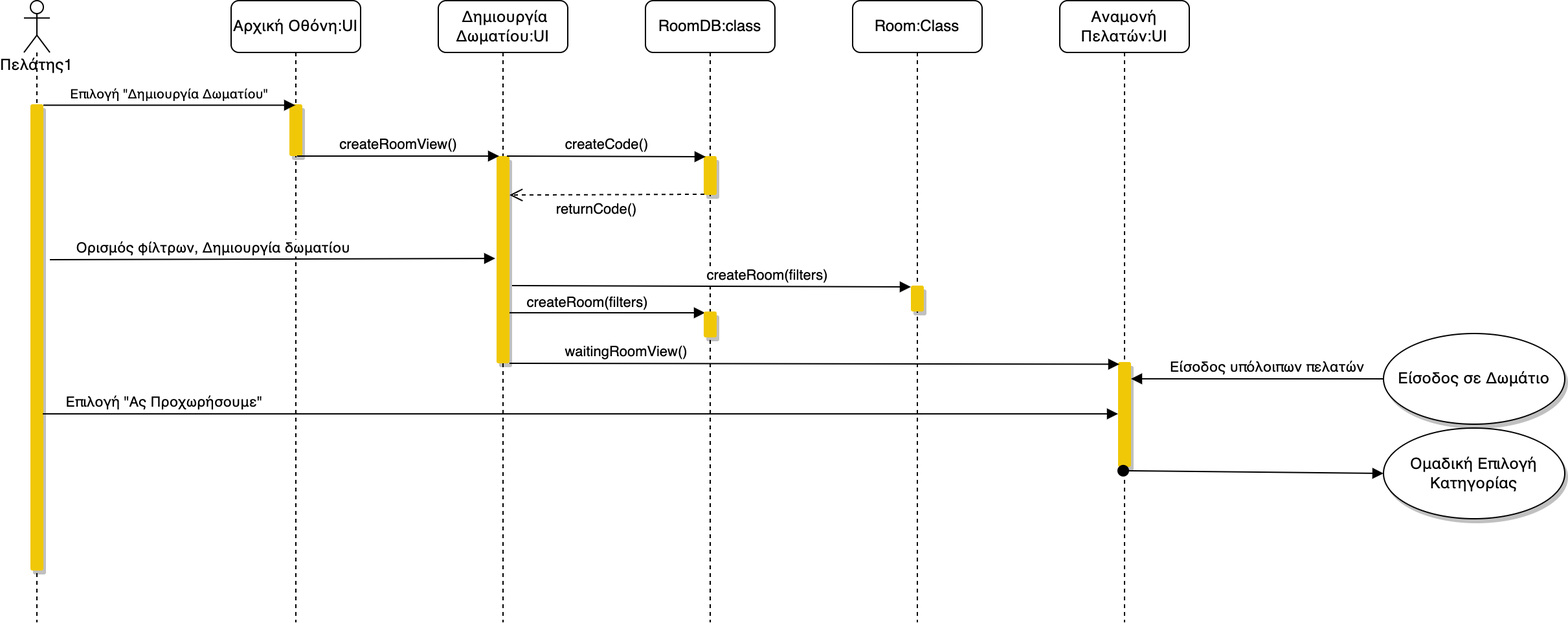
This is docs/final/nomnomr/Media/Sequence Diagrams/6.Δημιουργία Δωματίου.drawio.png from iloudaros/nomnomr, a draw.io export, as it was before one commit. Source tidied: cells renumbered, new cells last; positions are measured from the earlier drawing's top-left corner, leaving out a move shared by most shapes. The source it was exported from:
```xml
<mxGraphModel>
  <root>
    <mxCell id="0" />
    <mxCell id="1" parent="0" />
    <mxCell id="2" value="createRoom(filters)" style="html=1;verticalAlign=bottom;endArrow=block;rounded=0;entryX=0.1;entryY=0.05;entryDx=0;entryDy=0;entryPerimeter=0;exitX=1;exitY=0.756;exitDx=0;exitDy=0;exitPerimeter=0;" parent="1" edge="1" source="8" target="12">
      <mxGeometry x="-0.2" y="-1" relative="1" as="geometry" />
    </mxCell>
    <mxCell id="3" value="Πελάτης1" style="shape=umlLifeline;participant=umlActor;perimeter=lifelinePerimeter;whiteSpace=wrap;html=1;verticalAlign=top;spacingTop=36;" parent="1" vertex="1">
      <mxGeometry width="20" height="480" as="geometry" />
    </mxCell>
    <mxCell id="4" style="html=1;points=[];perimeter=orthogonalPerimeter;strokeColor=none;fillColor=#F0C808;shadow=1;rounded=1;sketch=0;" parent="3" vertex="1">
      <mxGeometry x="5" y="80" width="10" height="360" as="geometry" />
    </mxCell>
    <mxCell id="5" value="Αρχική Οθόνη:UI" style="shape=umlLifeline;perimeter=lifelinePerimeter;whiteSpace=wrap;html=1;outlineConnect=0;rounded=1;shadow=0;fillColor=#FFFFFF;" parent="1" vertex="1">
      <mxGeometry x="160" width="100" height="480" as="geometry" />
    </mxCell>
    <mxCell id="6" style="html=1;points=[];perimeter=orthogonalPerimeter;strokeColor=none;fillColor=#F0C808;shadow=1;rounded=1;" parent="5" vertex="1">
      <mxGeometry x="45" y="80" width="10" height="40" as="geometry" />
    </mxCell>
    <mxCell id="7" value="&amp;nbsp;Δημιουργία Δωματίου:UI" style="shape=umlLifeline;perimeter=lifelinePerimeter;whiteSpace=wrap;html=1;rounded=1;shadow=0;fillColor=#FFFFFF;" parent="1" vertex="1">
      <mxGeometry x="320" width="100" height="480" as="geometry" />
    </mxCell>
    <mxCell id="8" style="html=1;points=[];perimeter=orthogonalPerimeter;strokeColor=none;fillColor=#F0C808;shadow=1;rounded=1;" parent="7" vertex="1">
      <mxGeometry x="45" y="120" width="10" height="160" as="geometry" />
    </mxCell>
    <mxCell id="9" value="Room:Class" style="shape=umlLifeline;perimeter=lifelinePerimeter;whiteSpace=wrap;html=1;rounded=1;shadow=0;fillColor=#FFFFFF;" parent="1" vertex="1">
      <mxGeometry x="640" width="100" height="480" as="geometry" />
    </mxCell>
    <mxCell id="10" style="html=1;points=[];perimeter=orthogonalPerimeter;strokeColor=none;fillColor=#F0C808;shadow=1;rounded=1;" parent="9" vertex="1">
      <mxGeometry x="45" y="220" width="10" height="20" as="geometry" />
    </mxCell>
    <mxCell id="11" value="RoomDB:class" style="shape=umlLifeline;perimeter=lifelinePerimeter;whiteSpace=wrap;html=1;rounded=1;shadow=0;fillColor=#FFFFFF;" parent="1" vertex="1">
      <mxGeometry x="480" width="100" height="480" as="geometry" />
    </mxCell>
    <mxCell id="12" style="html=1;points=[];perimeter=orthogonalPerimeter;strokeColor=none;fillColor=#F0C808;shadow=1;rounded=1;" parent="11" vertex="1">
      <mxGeometry x="45" y="240" width="10" height="20" as="geometry" />
    </mxCell>
    <mxCell id="13" style="html=1;points=[];perimeter=orthogonalPerimeter;strokeColor=none;fillColor=#F0C808;shadow=1;rounded=1;" parent="11" vertex="1">
      <mxGeometry x="45" y="120" width="10" height="30" as="geometry" />
    </mxCell>
    <mxCell id="14" value="&lt;font style=&quot;font-size: 10px;&quot;&gt;Επιλογή &quot;Δημιουργία Δωματίου&quot;&lt;/font&gt;" style="html=1;verticalAlign=bottom;endArrow=block;rounded=0;exitX=1;exitY=0.002;exitDx=0;exitDy=0;exitPerimeter=0;" parent="1" edge="1" source="4" target="5">
      <mxGeometry relative="1" as="geometry" />
    </mxCell>
    <mxCell id="15" value="createRoomView()" style="html=1;verticalAlign=bottom;endArrow=block;rounded=0;entryX=0.2;entryY=0;entryDx=0;entryDy=0;entryPerimeter=0;exitX=0.6;exitY=1;exitDx=0;exitDy=0;exitPerimeter=0;" parent="1" edge="1" source="6" target="8">
      <mxGeometry relative="1" as="geometry" />
    </mxCell>
    <mxCell id="16" value="Ορισμός φίλτρων, Δημιουργία δωματίου" style="html=1;verticalAlign=bottom;endArrow=block;rounded=0;entryX=-0.1;entryY=0.494;entryDx=0;entryDy=0;entryPerimeter=0;" parent="1" edge="1" target="8">
      <mxGeometry x="-0.27" relative="1" as="geometry">
        <mxPoint x="20" y="200" as="sourcePoint" />
      </mxGeometry>
    </mxCell>
    <mxCell id="17" value="Αναμονή Πελατών:UI" style="shape=umlLifeline;perimeter=lifelinePerimeter;whiteSpace=wrap;html=1;rounded=1;shadow=0;fillColor=#FFFFFF;" parent="1" vertex="1">
      <mxGeometry x="800" width="100" height="480" as="geometry" />
    </mxCell>
    <mxCell id="18" style="html=1;points=[];perimeter=orthogonalPerimeter;strokeColor=none;fillColor=#F0C808;shadow=1;rounded=1;" parent="17" vertex="1">
      <mxGeometry x="45" y="279" width="10" height="81" as="geometry" />
    </mxCell>
    <mxCell id="19" value="createRoom(filters)" style="html=1;verticalAlign=bottom;endArrow=block;rounded=0;exitX=1.2;exitY=0.625;exitDx=0;exitDy=0;exitPerimeter=0;entryX=0;entryY=0.05;entryDx=0;entryDy=0;entryPerimeter=0;" parent="1" edge="1" source="8" target="10">
      <mxGeometry x="0.28" relative="1" as="geometry" />
    </mxCell>
    <mxCell id="20" value="waitingRoomView()" style="html=1;verticalAlign=bottom;endArrow=block;rounded=0;entryX=0.1;entryY=0.021;entryDx=0;entryDy=0;entryPerimeter=0;" parent="1" edge="1" source="8" target="18">
      <mxGeometry x="-0.62" relative="1" as="geometry" />
    </mxCell>
    <mxCell id="21" value="Ομαδική Επιλογή Κατηγορίας" style="ellipse;whiteSpace=wrap;html=1;rounded=1;shadow=1;fillColor=#FFFFFF;" parent="1" vertex="1">
      <mxGeometry x="1050" y="330" width="140" height="70" as="geometry" />
    </mxCell>
    <mxCell id="22" value="Επιλογή &quot;Ας Προχωρήσουμε&quot;" style="html=1;verticalAlign=bottom;endArrow=block;rounded=0;exitX=0.95;exitY=0.664;exitDx=0;exitDy=0;exitPerimeter=0;" parent="1" edge="1" source="4" target="18">
      <mxGeometry x="-0.78" relative="1" as="geometry" />
    </mxCell>
    <mxCell id="23" value="createCode()" style="html=1;verticalAlign=bottom;endArrow=block;rounded=1;entryX=0.15;entryY=0.017;entryDx=0;entryDy=0;entryPerimeter=0;exitX=0.8;exitY=0;exitDx=0;exitDy=0;exitPerimeter=0;" parent="1" edge="1" source="8" target="13">
      <mxGeometry x="-0.01" relative="1" as="geometry">
        <mxPoint x="1" as="offset" />
      </mxGeometry>
    </mxCell>
    <mxCell id="24" value="returnCode()" style="html=1;verticalAlign=bottom;endArrow=open;dashed=1;endSize=8;rounded=0;exitX=0.05;exitY=0.983;exitDx=0;exitDy=0;exitPerimeter=0;entryX=1;entryY=0.188;entryDx=0;entryDy=0;entryPerimeter=0;" parent="1" edge="1" source="13" target="8">
      <mxGeometry x="0.11" y="20" relative="1" as="geometry" />
    </mxCell>
    <mxCell id="25" style="html=1;verticalAlign=bottom;startArrow=oval;startFill=1;endArrow=block;startSize=8;rounded=1;entryX=0;entryY=0.5;entryDx=0;entryDy=0;exitX=0.4;exitY=1.036;exitDx=0;exitDy=0;exitPerimeter=0;" parent="1" edge="1" source="18" target="21">
      <mxGeometry relative="1" as="geometry" />
    </mxCell>
    <mxCell id="26" value="Είσοδος σε Δωμάτιο" style="ellipse;whiteSpace=wrap;html=1;rounded=1;shadow=1;fillColor=#FFFFFF;" parent="1" vertex="1">
      <mxGeometry x="1050" y="257" width="140" height="70" as="geometry" />
    </mxCell>
    <mxCell id="27" value="Είσοδος υπόλοιπων πελατών" style="html=1;verticalAlign=bottom;endArrow=block;rounded=0;exitX=0;exitY=0.5;exitDx=0;exitDy=0;entryX=1;entryY=0.16;entryDx=0;entryDy=0;entryPerimeter=0;" parent="1" edge="1" source="26" target="18">
      <mxGeometry x="-0.08" relative="1" as="geometry" />
    </mxCell>
  </root>
</mxGraphModel>
```
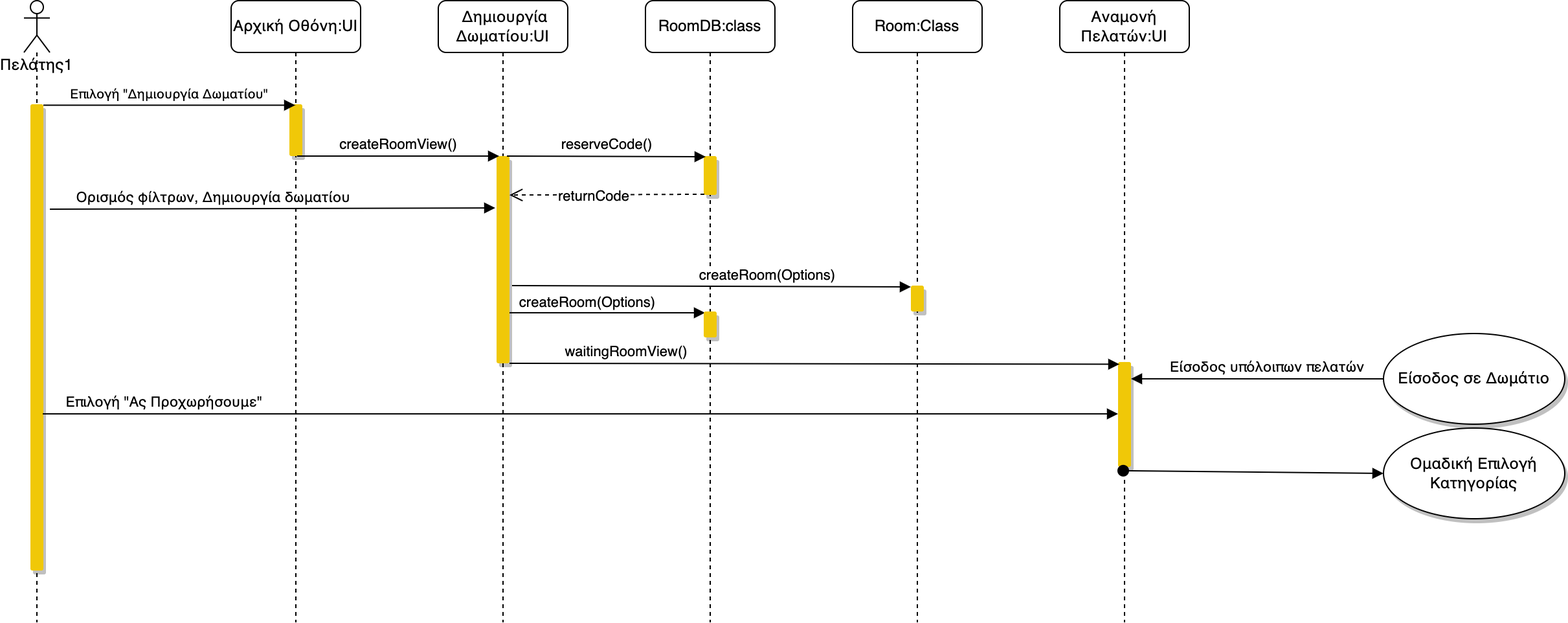
After the commit.

The edit, as a diff of the source:
```diff
@@ -2,7 +2,7 @@
   <root>
     <mxCell id="0" />
     <mxCell id="1" parent="0" />
-    <mxCell id="2" value="createRoom(filters)" style="html=1;verticalAlign=bottom;endArrow=block;rounded=0;entryX=0.1;entryY=0.05;entryDx=0;entryDy=0;entryPerimeter=0;exitX=1;exitY=0.756;exitDx=0;exitDy=0;exitPerimeter=0;" parent="1" edge="1" source="8" target="12">
+    <mxCell id="2" value="createRoom(Options)" style="html=1;verticalAlign=bottom;endArrow=block;rounded=0;entryX=0.1;entryY=0.05;entryDx=0;entryDy=0;entryPerimeter=0;exitX=1;exitY=0.756;exitDx=0;exitDy=0;exitPerimeter=0;" parent="1" edge="1" source="8" target="12">
       <mxGeometry x="-0.2" y="-1" relative="1" as="geometry" />
     </mxCell>
     <mxCell id="3" value="Πελάτης1" style="shape=umlLifeline;participant=umlActor;perimeter=lifelinePerimeter;whiteSpace=wrap;html=1;verticalAlign=top;spacingTop=36;" parent="1" vertex="1">
@@ -44,9 +44,10 @@
     <mxCell id="15" value="createRoomView()" style="html=1;verticalAlign=bottom;endArrow=block;rounded=0;entryX=0.2;entryY=0;entryDx=0;entryDy=0;entryPerimeter=0;exitX=0.6;exitY=1;exitDx=0;exitDy=0;exitPerimeter=0;" parent="1" edge="1" source="6" target="8">
       <mxGeometry relative="1" as="geometry" />
     </mxCell>
-    <mxCell id="16" value="Ορισμός φίλτρων, Δημιουργία δωματίου" style="html=1;verticalAlign=bottom;endArrow=block;rounded=0;entryX=-0.1;entryY=0.494;entryDx=0;entryDy=0;entryPerimeter=0;" parent="1" edge="1" target="8">
+    <mxCell id="16" value="Ορισμός φίλτρων, Δημιουργία δωματίου" style="html=1;verticalAlign=bottom;endArrow=block;rounded=0;entryX=-0.1;entryY=0.494;entryDx=0;entryDy=0;entryPerimeter=0;" parent="1" edge="1">
       <mxGeometry x="-0.27" relative="1" as="geometry">
-        <mxPoint x="20" y="200" as="sourcePoint" />
+        <mxPoint x="20" y="161" as="sourcePoint" />
+        <mxPoint x="364" y="160" as="targetPoint" />
       </mxGeometry>
     </mxCell>
     <mxCell id="17" value="Αναμονή Πελατών:UI" style="shape=umlLifeline;perimeter=lifelinePerimeter;whiteSpace=wrap;html=1;rounded=1;shadow=0;fillColor=#FFFFFF;" parent="1" vertex="1">
@@ -55,7 +56,7 @@
     <mxCell id="18" style="html=1;points=[];perimeter=orthogonalPerimeter;strokeColor=none;fillColor=#F0C808;shadow=1;rounded=1;" parent="17" vertex="1">
       <mxGeometry x="45" y="279" width="10" height="81" as="geometry" />
     </mxCell>
-    <mxCell id="19" value="createRoom(filters)" style="html=1;verticalAlign=bottom;endArrow=block;rounded=0;exitX=1.2;exitY=0.625;exitDx=0;exitDy=0;exitPerimeter=0;entryX=0;entryY=0.05;entryDx=0;entryDy=0;entryPerimeter=0;" parent="1" edge="1" source="8" target="10">
+    <mxCell id="19" value="createRoom(Options)" style="html=1;verticalAlign=bottom;endArrow=block;rounded=0;exitX=1.2;exitY=0.625;exitDx=0;exitDy=0;exitPerimeter=0;entryX=0;entryY=0.05;entryDx=0;entryDy=0;entryPerimeter=0;" parent="1" edge="1" source="8" target="10">
       <mxGeometry x="0.28" relative="1" as="geometry" />
     </mxCell>
     <mxCell id="20" value="waitingRoomView()" style="html=1;verticalAlign=bottom;endArrow=block;rounded=0;entryX=0.1;entryY=0.021;entryDx=0;entryDy=0;entryPerimeter=0;" parent="1" edge="1" source="8" target="18">
@@ -67,13 +68,13 @@
     <mxCell id="22" value="Επιλογή &quot;Ας Προχωρήσουμε&quot;" style="html=1;verticalAlign=bottom;endArrow=block;rounded=0;exitX=0.95;exitY=0.664;exitDx=0;exitDy=0;exitPerimeter=0;" parent="1" edge="1" source="4" target="18">
       <mxGeometry x="-0.78" relative="1" as="geometry" />
     </mxCell>
-    <mxCell id="23" value="createCode()" style="html=1;verticalAlign=bottom;endArrow=block;rounded=1;entryX=0.15;entryY=0.017;entryDx=0;entryDy=0;entryPerimeter=0;exitX=0.8;exitY=0;exitDx=0;exitDy=0;exitPerimeter=0;" parent="1" edge="1" source="8" target="13">
+    <mxCell id="23" value="reserveCode()" style="html=1;verticalAlign=bottom;endArrow=block;rounded=1;entryX=0.15;entryY=0.017;entryDx=0;entryDy=0;entryPerimeter=0;exitX=0.8;exitY=0;exitDx=0;exitDy=0;exitPerimeter=0;" parent="1" edge="1" source="8" target="13">
       <mxGeometry x="-0.01" relative="1" as="geometry">
         <mxPoint x="1" as="offset" />
       </mxGeometry>
     </mxCell>
-    <mxCell id="24" value="returnCode()" style="html=1;verticalAlign=bottom;endArrow=open;dashed=1;endSize=8;rounded=0;exitX=0.05;exitY=0.983;exitDx=0;exitDy=0;exitPerimeter=0;entryX=1;entryY=0.188;entryDx=0;entryDy=0;entryPerimeter=0;" parent="1" edge="1" source="13" target="8">
-      <mxGeometry x="0.11" y="20" relative="1" as="geometry" />
+    <mxCell id="24" value="returnCode" style="html=1;verticalAlign=bottom;endArrow=open;dashed=1;endSize=8;rounded=0;exitX=0.05;exitY=0.983;exitDx=0;exitDy=0;exitPerimeter=0;entryX=1;entryY=0.188;entryDx=0;entryDy=0;entryPerimeter=0;" parent="1" edge="1" source="13" target="8">
+      <mxGeometry x="0.14" y="10" relative="1" as="geometry" />
     </mxCell>
     <mxCell id="25" style="html=1;verticalAlign=bottom;startArrow=oval;startFill=1;endArrow=block;startSize=8;rounded=1;entryX=0;entryY=0.5;entryDx=0;entryDy=0;exitX=0.4;exitY=1.036;exitDx=0;exitDy=0;exitPerimeter=0;" parent="1" edge="1" source="18" target="21">
       <mxGeometry relative="1" as="geometry" />
```
